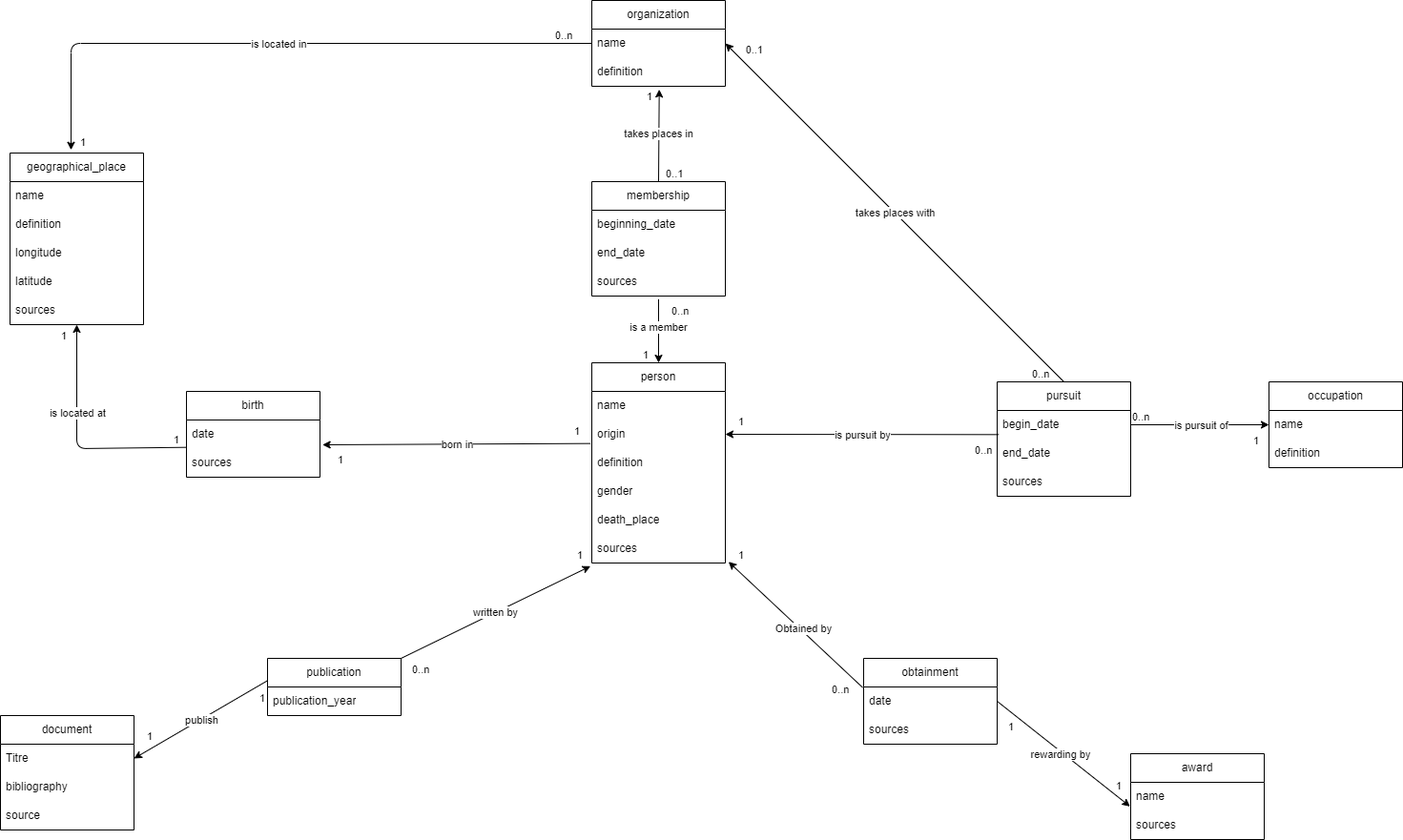
Before: diagramme/diagramme.png, a diagram exported from draw.io (Raphix93/2HS2179_militants-pour-la-paix). Source tidied: cells renumbered, new cells last; positions are measured from the earlier drawing's top-left corner, leaving out a move shared by most shapes.
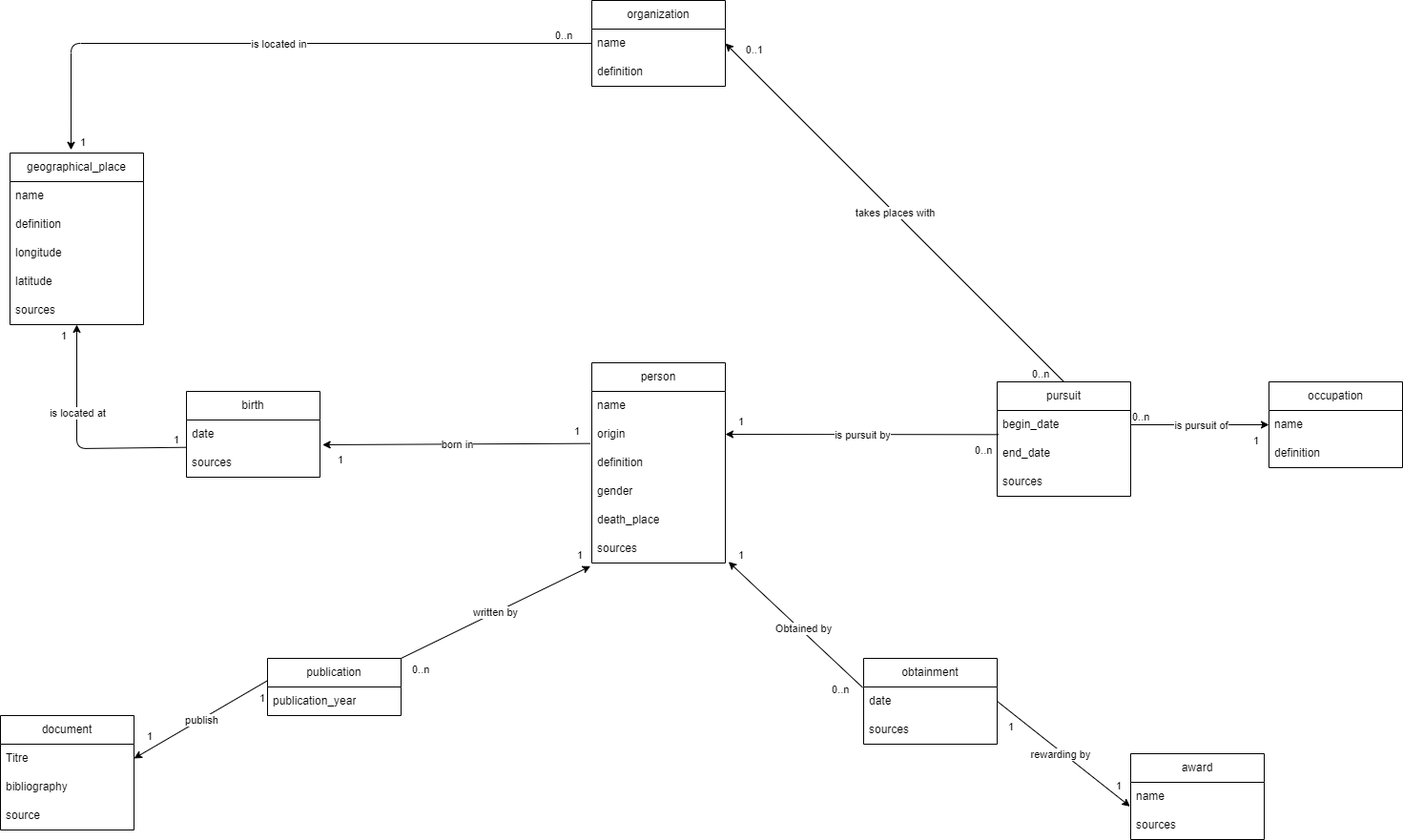
Above is the later version.

Change to the diagram source:
```diff
@@ -214,44 +214,6 @@
         <mxPoint x="17" y="1" as="offset" />
       </mxGeometry>
     </mxCell>
-    <mxCell id="61" value="membership" style="swimlane;fontStyle=0;horizontal=1;startSize=30;whiteSpace=wrap;html=1;" parent="1" vertex="1">
-      <mxGeometry x="620" y="190" width="140" height="120" as="geometry" />
-    </mxCell>
-    <mxCell id="62" value="beginning_date" style="text;strokeColor=none;fillColor=none;align=left;verticalAlign=middle;spacingLeft=4;spacingRight=4;overflow=hidden;whiteSpace=wrap;html=1;" parent="61" vertex="1">
-      <mxGeometry y="30" width="140" height="30" as="geometry" />
-    </mxCell>
-    <mxCell id="63" value="end_date" style="text;strokeColor=none;fillColor=none;align=left;verticalAlign=middle;spacingLeft=4;spacingRight=4;overflow=hidden;whiteSpace=wrap;html=1;" parent="61" vertex="1">
-      <mxGeometry y="60" width="140" height="30" as="geometry" />
-    </mxCell>
-    <mxCell id="64" value="sources" style="text;strokeColor=none;fillColor=none;align=left;verticalAlign=middle;spacingLeft=4;spacingRight=4;overflow=hidden;points=[[0,0.5],[1,0.5]];portConstraint=eastwest;whiteSpace=wrap;html=1;" parent="61" vertex="1">
-      <mxGeometry y="90" width="140" height="30" as="geometry" />
-    </mxCell>
-    <mxCell id="65" style="endArrow=classic;html=1;entryX=0.5;entryY=0;entryDx=0;entryDy=0;exitX=0.5;exitY=1.111;exitDx=0;exitDy=0;exitPerimeter=0;" parent="1" edge="1" source="64" target="2">
-      <mxGeometry relative="1" as="geometry" />
-    </mxCell>
-    <mxCell id="66" value="0..n" style="edgeLabel;html=1;align=left;verticalAlign=bottom;" parent="65" vertex="1">
-      <mxGeometry x="-1" relative="1" as="geometry">
-        <mxPoint x="12" y="21" as="offset" />
-      </mxGeometry>
-    </mxCell>
-    <mxCell id="67" value="1" style="edgeLabel;html=1;align=right;verticalAlign=bottom;" parent="65" vertex="1">
-      <mxGeometry x="1" relative="1" as="geometry">
-        <mxPoint x="-10" as="offset" />
-      </mxGeometry>
-    </mxCell>
-    <mxCell id="68" style="endArrow=classic;html=1;exitX=0.5;exitY=0;exitDx=0;exitDy=0;entryX=0.505;entryY=1.111;entryDx=0;entryDy=0;entryPerimeter=0;" parent="1" edge="1" source="61" target="11">
-      <mxGeometry relative="1" as="geometry" />
-    </mxCell>
-    <mxCell id="69" value="0..1" style="edgeLabel;html=1;align=left;verticalAlign=bottom;" parent="68" vertex="1">
-      <mxGeometry x="-1" relative="1" as="geometry">
-        <mxPoint x="6" as="offset" />
-      </mxGeometry>
-    </mxCell>
-    <mxCell id="70" value="1" style="edgeLabel;html=1;align=right;verticalAlign=bottom;" parent="68" vertex="1">
-      <mxGeometry x="1" relative="1" as="geometry">
-        <mxPoint x="-7" y="16" as="offset" />
-      </mxGeometry>
-    </mxCell>
     <mxCell id="71" style="endArrow=classic;html=1;exitX=0;exitY=0.5;exitDx=0;exitDy=0;entryX=0.457;entryY=-0.018;entryDx=0;entryDy=0;entryPerimeter=0;" parent="1" edge="1" source="10" target="16">
       <mxGeometry relative="1" as="geometry">
         <Array as="points">
@@ -299,14 +261,6 @@
         <mxPoint x="-9" y="-14" as="offset" />
       </mxGeometry>
     </mxCell>
-    <mxCell id="82" value="is a member" style="edgeLabel;html=1;align=center;verticalAlign=middle;" parent="1" vertex="1">
-      <mxGeometry x="690" y="344" as="geometry">
-        <mxPoint y="-1" as="offset" />
-      </mxGeometry>
-    </mxCell>
-    <mxCell id="83" value="takes places in" style="edgeLabel;html=1;align=center;verticalAlign=middle;" parent="1" vertex="1">
-      <mxGeometry x="690" y="140" as="geometry" />
-    </mxCell>
     <mxCell id="84" value="document" style="swimlane;fontStyle=0;horizontal=1;startSize=30;whiteSpace=wrap;html=1;" parent="1" vertex="1">
       <mxGeometry y="750" width="140" height="120" as="geometry" />
     </mxCell>
```
